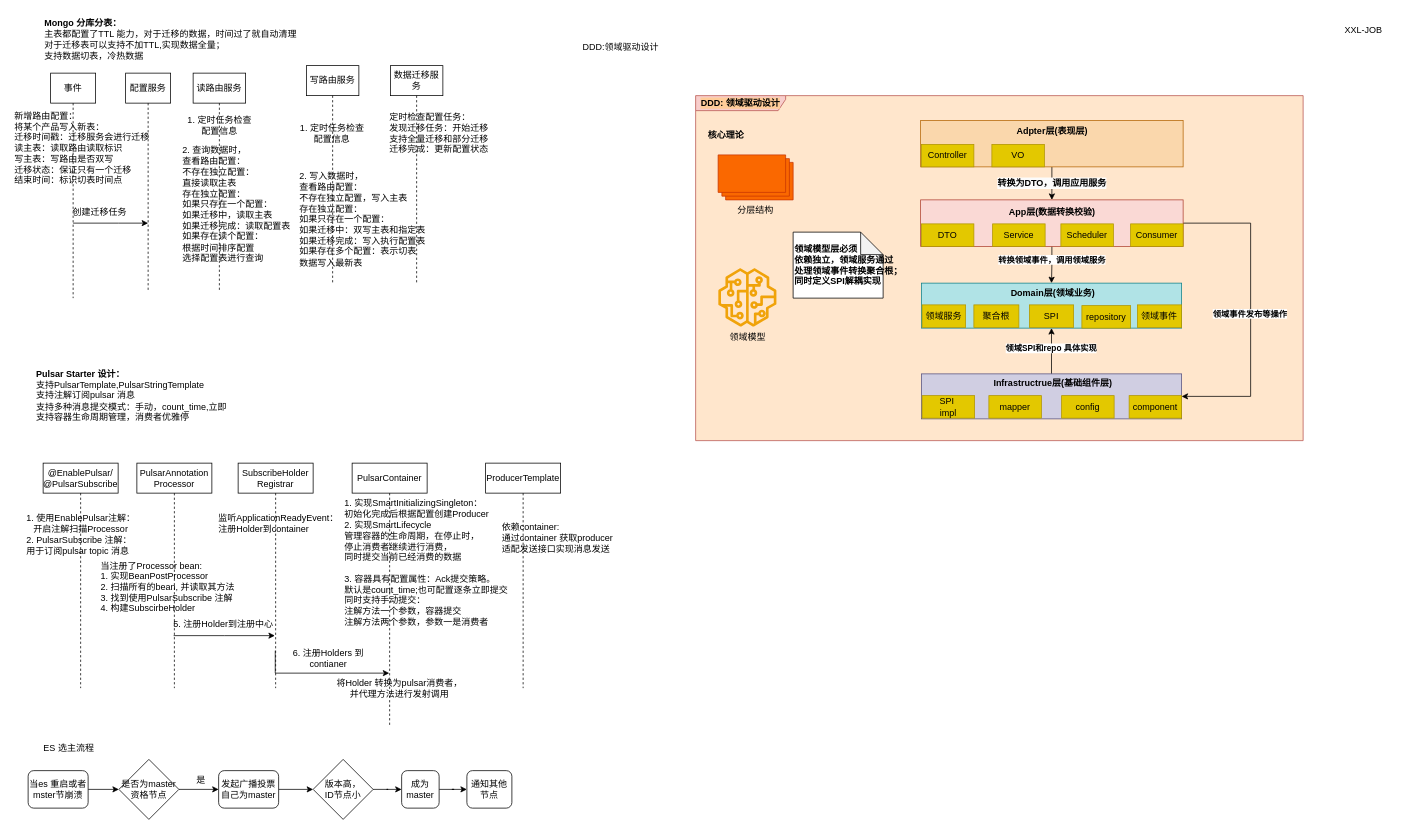
cqu20141693/draw.io keeps this draw.io diagram as 八股文.drawio. Above is the earlier version. Source tidied: cells renumbered, new cells numbered last; positions are measured from the earlier drawing's top-left corner, leaving out a move shared by most shapes. Both pictures are drawn from the tidied source at 75%, with x=0, y=0 at pixel (13, 13).
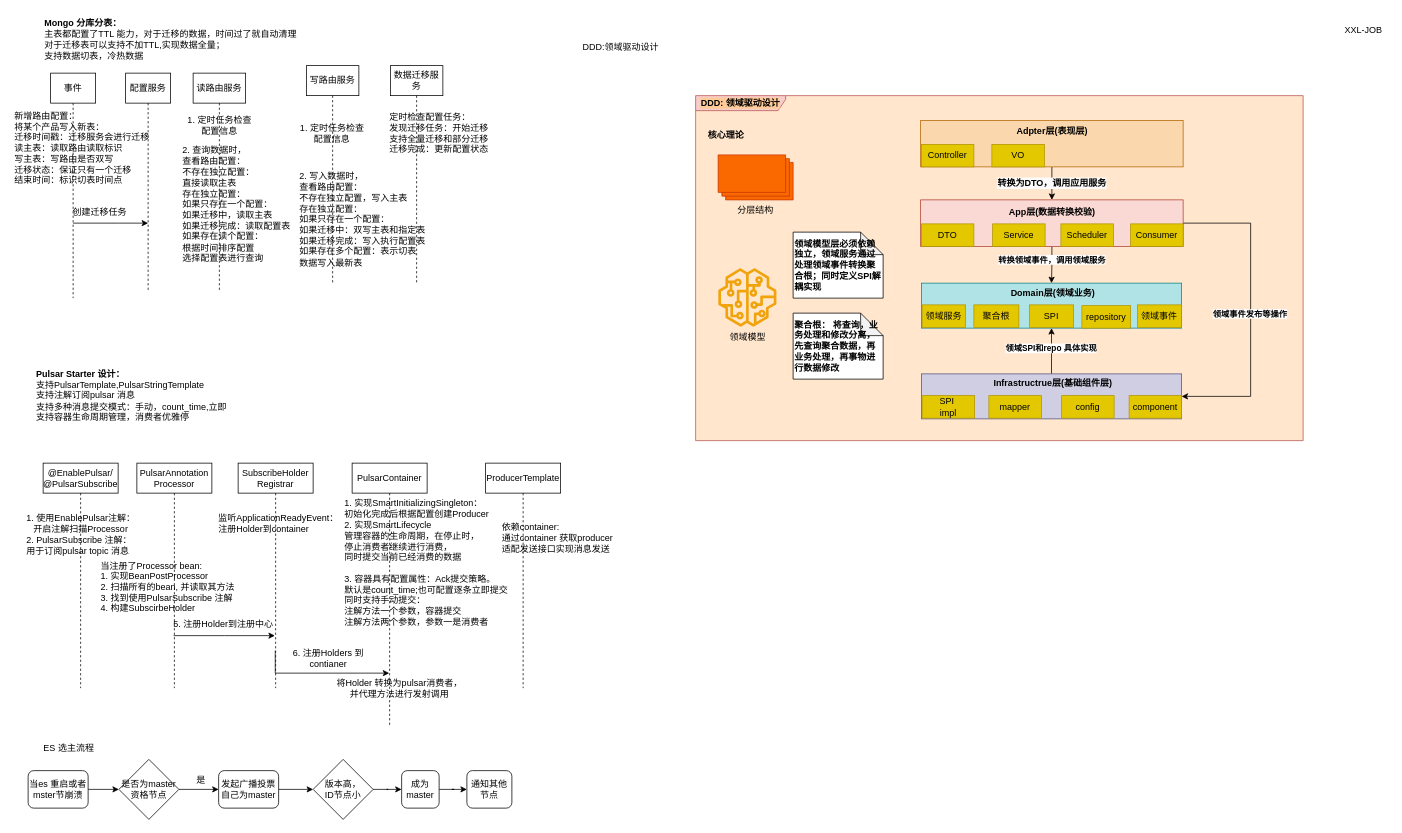
The same page after the edit.

Commit message:
更新DDD聚合根

Diff of the diagram source:
```diff
@@
-    <mxCell id="80" value="&lt;b style=&quot;text-wrap: nowrap;&quot;&gt;领域模型层必须&lt;/b&gt;&lt;b style=&quot;text-wrap: nowrap; background-color: initial;&quot;&gt;依赖独立，领域服务通过&lt;/b&gt;&lt;div&gt;&lt;b style=&quot;text-wrap: nowrap; background-color: initial;&quot;&gt;处理领域事件转换聚合根；&lt;/b&gt;&lt;b style=&quot;background-color: initial; text-wrap: nowrap;&quot;&gt;同时定义SPI&lt;/b&gt;&lt;b style=&quot;background-color: initial; text-wrap: nowrap;&quot;&gt;解耦实现&lt;/b&gt;&lt;/div&gt;" style="shape=note;html=1;backgroundOutline=1;darkOpacity=0.05;align=left;whiteSpace=wrap;" parent="1" vertex="1">
+    <mxCell id="80" value="领域模型层必须依赖独立，领域服务通过&#10;处理领域事件转换聚合根；同时定义SPI解耦实现" style="shape=note;backgroundOutline=1;darkOpacity=0.05;align=left;whiteSpace=wrap;fontStyle=1;" parent="1" vertex="1">
       <mxGeometry x="1040" y="292" width="120" height="88" as="geometry" />
     </mxCell>
@@
+    <mxCell id="82" value="&lt;b&gt;聚合根： 将查询，业务处理和修改分离，先查询聚合数据，再业务处理，再事物进行数据修改&lt;/b&gt;" style="shape=note;backgroundOutline=1;darkOpacity=0.05;align=left;whiteSpace=wrap;html=1;" parent="1" vertex="1">
+      <mxGeometry x="1040" y="400" width="120" height="88" as="geometry" />
+    </mxCell>
```
